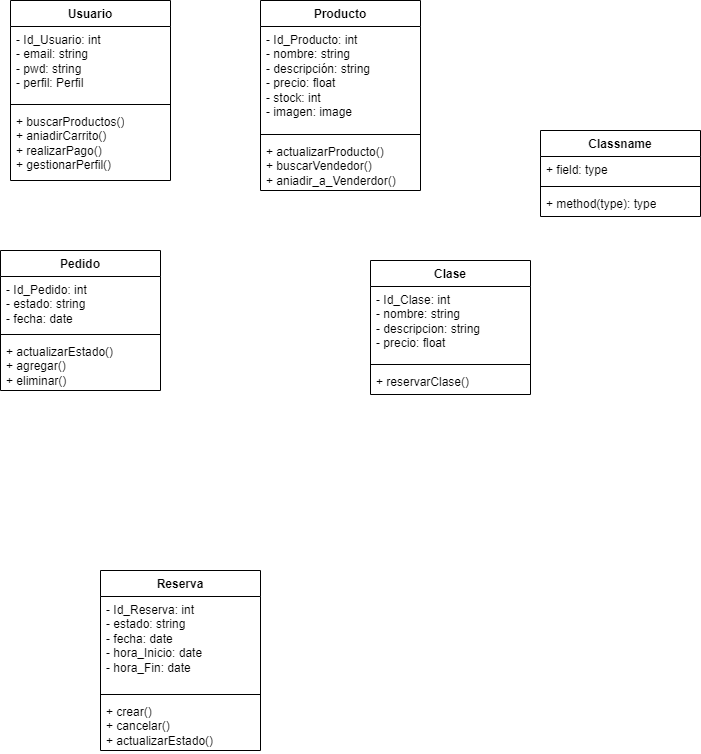
This is Diagrama_clases.png from OscarELCRACK17/imagen, a draw.io export, as it was before one commit. Source tidied: cells renumbered, new cells last; positions are measured from the earlier drawing's top-left corner, leaving out a move shared by most shapes.
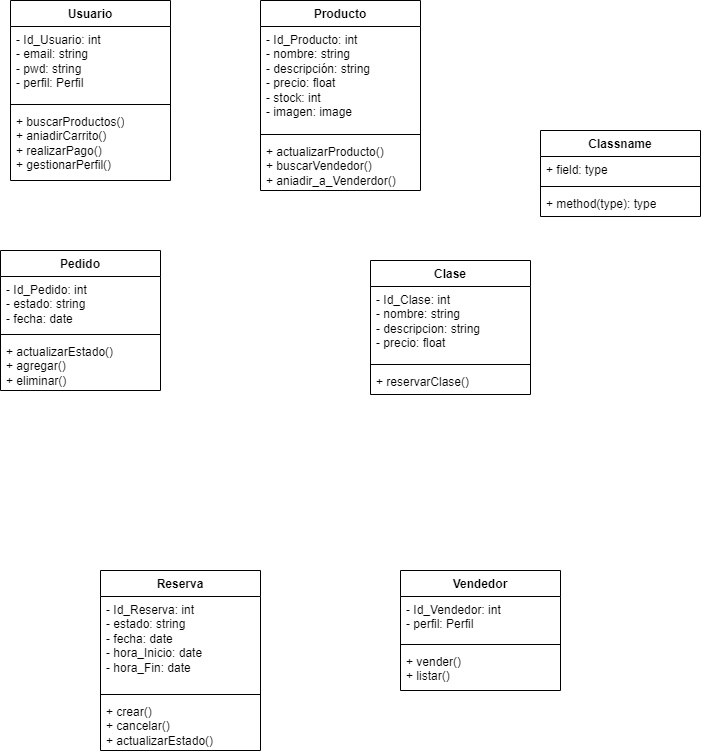
Above is the later version.

Diff of the diagram source:
```diff
@@ -74,5 +74,17 @@
     <mxCell id="25" value="+ crear()&lt;br&gt;+ cancelar()&lt;br&gt;+ actualizarEstado()" style="text;strokeColor=none;fillColor=none;align=left;verticalAlign=top;spacingLeft=4;spacingRight=4;overflow=hidden;whiteSpace=wrap;html=1;" parent="22" vertex="1">
       <mxGeometry y="128" width="160" height="52" as="geometry" />
     </mxCell>
+    <mxCell id="26" value="Vendedor" style="swimlane;fontStyle=1;align=center;verticalAlign=top;horizontal=1;startSize=26;whiteSpace=wrap;html=1;" parent="1" vertex="1">
+      <mxGeometry x="400" y="570" width="160" height="120" as="geometry" />
+    </mxCell>
+    <mxCell id="27" value="- Id_Vendedor: int&lt;br&gt;- perfil: Perfil" style="text;strokeColor=none;fillColor=none;align=left;verticalAlign=top;spacingLeft=4;spacingRight=4;overflow=hidden;whiteSpace=wrap;html=1;" parent="26" vertex="1">
+      <mxGeometry y="26" width="160" height="44" as="geometry" />
+    </mxCell>
+    <mxCell id="28" style="line;strokeWidth=1;fillColor=none;align=left;verticalAlign=middle;spacingTop=-1;spacingLeft=3;spacingRight=3;labelPosition=right;strokeColor=inherit;" parent="26" vertex="1">
+      <mxGeometry y="70" width="160" height="8" as="geometry" />
+    </mxCell>
+    <mxCell id="29" value="+ vender()&lt;br&gt;+ listar()" style="text;strokeColor=none;fillColor=none;align=left;verticalAlign=top;spacingLeft=4;spacingRight=4;overflow=hidden;whiteSpace=wrap;html=1;" parent="26" vertex="1">
+      <mxGeometry y="78" width="160" height="42" as="geometry" />
+    </mxCell>
   </root>
 </mxGraphModel>
```
